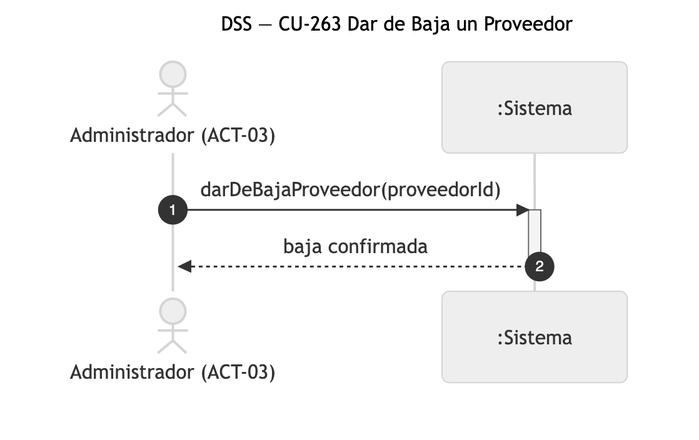
The Mermaid diagram diagramas/png/DSS_CU-263_Dar-de-Baja-un-Proveedor.png in Nahuelito-Dev/splg-docs, before a commit. Its source is kept beside it as diagramas/DSS_CU-263_Dar-de-Baja-un-Proveedor.mmd.
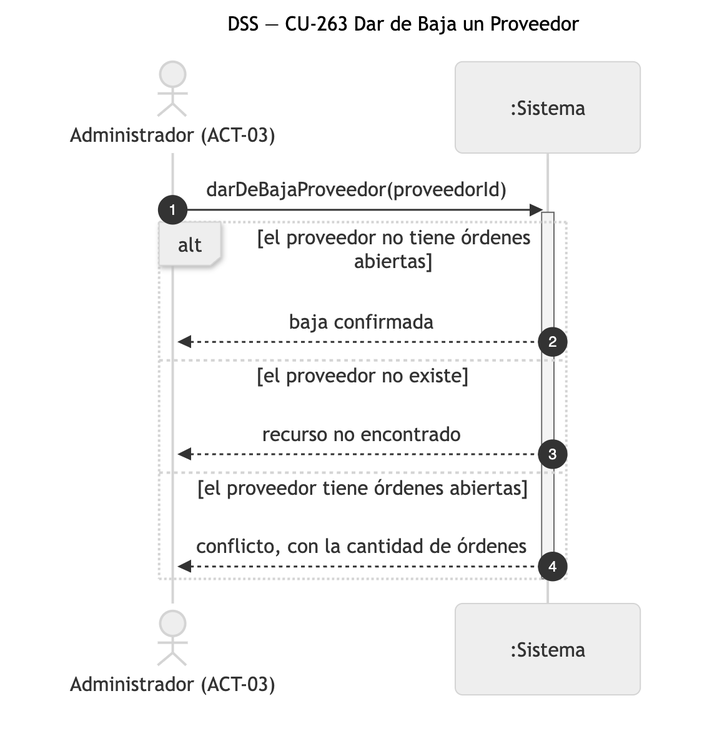
The same diagram one commit later.

What changed in the source:
```diff
@@ -6,5 +6,11 @@
 
     ADM->>SIS: darDeBajaProveedor(proveedorId)
     activate SIS
-    SIS-->>ADM: baja confirmada
+    alt el proveedor no tiene órdenes abiertas
+        SIS-->>ADM: baja confirmada
+    else el proveedor no existe
+        SIS-->>ADM: recurso no encontrado
+    else el proveedor tiene órdenes abiertas
+        SIS-->>ADM: conflicto, con la cantidad de órdenes
+    end
     deactivate SIS
```
